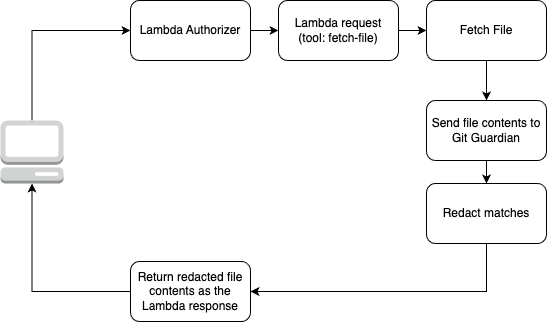
reaandrew/mygitguardianblogposts keeps this draw.io diagram as images/secure-llm-gateway-Phase-4-flow.drawio.png. Above is the earlier version. Source tidied: cells renumbered, new cells last; positions are measured from the earlier drawing's top-left corner, leaving out a move shared by most shapes.
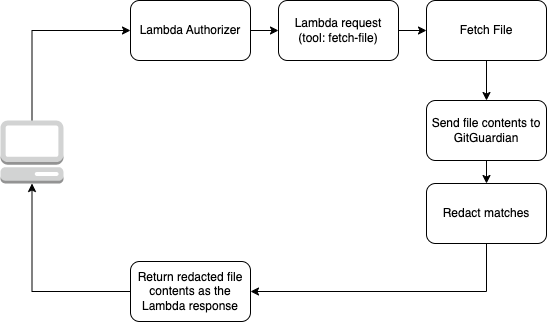
After the commit.

Diff of the diagram source:
```diff
@@ -11,7 +11,7 @@
     <mxCell id="4" style="edgeStyle=orthogonalEdgeStyle;rounded=0;jettySize=auto;html=1;" parent="1" edge="1" source="5" target="7">
       <mxGeometry relative="1" as="geometry" />
     </mxCell>
-    <mxCell id="5" value="Send file contents to Git Guardian" style="rounded=1;whiteSpace=wrap;html=1;" parent="1" vertex="1">
+    <mxCell id="5" value="Send file contents to GitGuardian" style="rounded=1;whiteSpace=wrap;html=1;" parent="1" vertex="1">
       <mxGeometry x="426" y="100" width="120" height="60" as="geometry" />
     </mxCell>
     <mxCell id="6" style="edgeStyle=orthogonalEdgeStyle;rounded=0;jettySize=auto;html=1;entryX=1;entryY=0.5;entryDx=0;entryDy=0;exitX=0.5;exitY=1;exitDx=0;exitDy=0;" parent="1" edge="1" source="7" target="8">
```
